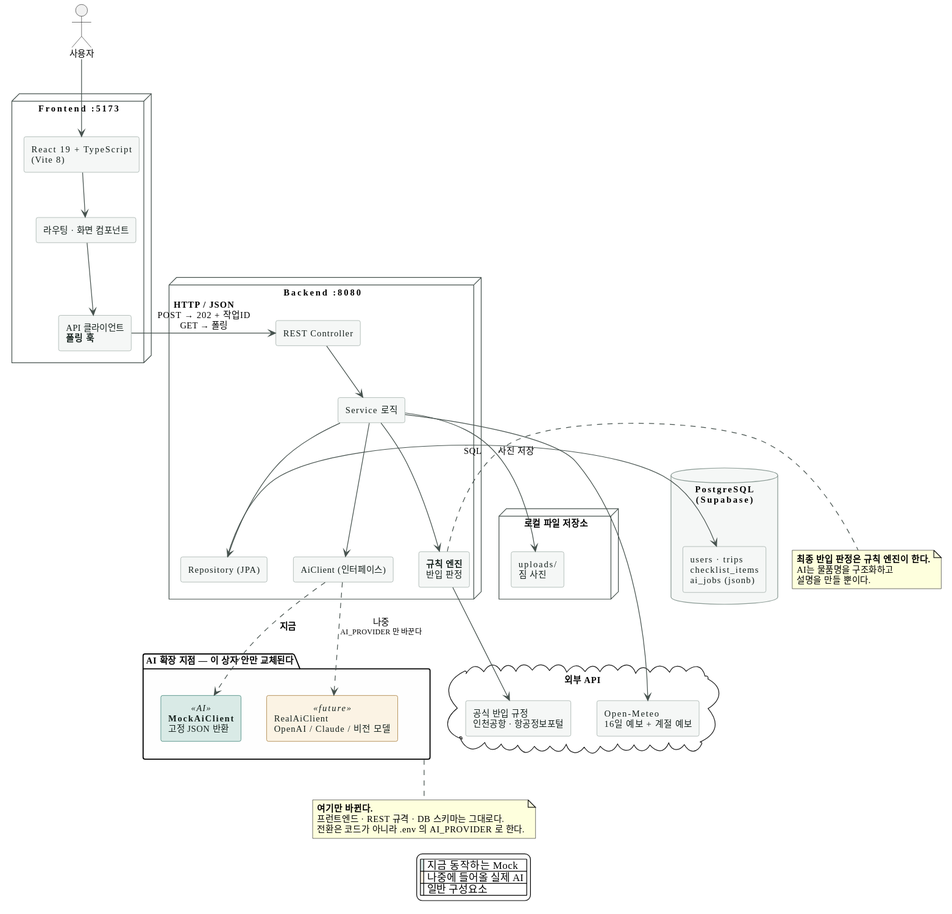
This is docs/images/04-architecture.svg from SangMyeong5426/skala-mini-ai-web-service, a PlantUML export, as it was before one commit.
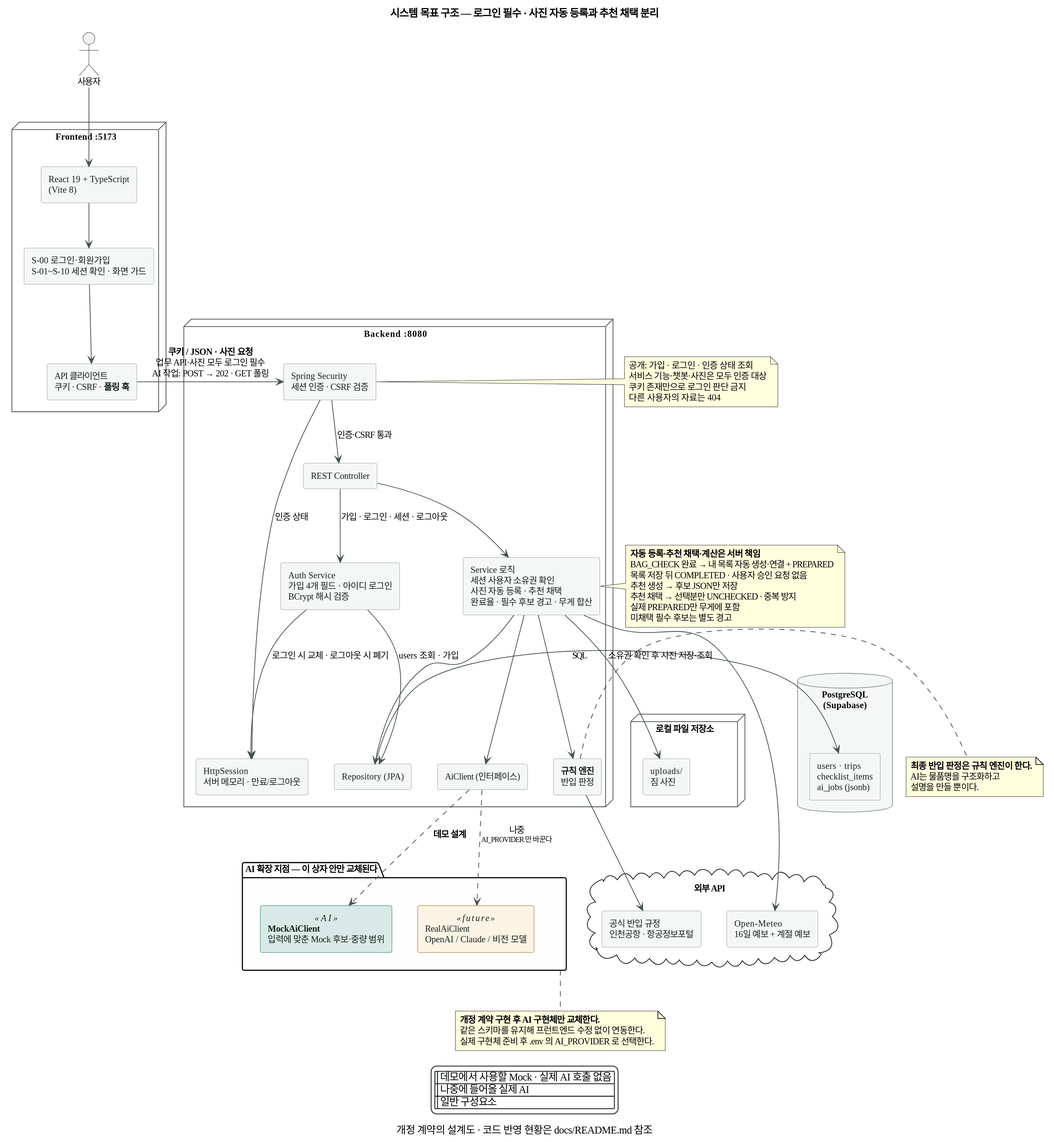
After the commit.

What changed in the source:
```diff
@@ -1,11 +1,14 @@
 @startuml
 
 skinparam backgroundColor #FFFFFF
+skinparam dpi 160
 skinparam shadowing false
 skinparam defaultFontName "Apple SD Gothic Neo"
 skinparam defaultFontSize 12
 skinparam ArrowColor #46524E
 skinparam componentStyle rectangle
+title 시스템 목표 구조 — 로그인 필수 · 사진 자동 등록과 추천 채택 분리
+caption 개정 계약의 설계도 · 코드 반영 현황은 docs/README.md 참조
 
 skinparam component {
   BackgroundColor #F5F7F6
@@ -29,20 +32,23 @@
 
 node "Frontend  :5173" as FE {
   component "React 19 + TypeScript\n(Vite 8)" as FEAPP
-  component "라우팅 · 화면 컴포넌트" as FEUI
-  component "API 클라이언트\n**폴링 훅**" as FEAPI
+  component "S-00 로그인·회원가입\nS-01~S-10 세션 확인 · 화면 가드" as FEUI
+  component "API 클라이언트\n쿠키 · CSRF · **폴링 훅**" as FEAPI
 }
 
 node "Backend  :8080" as BE {
+  component "Spring Security\n세션 인증 · CSRF 검증" as SECURITY
+  component "HttpSession\n서버 메모리 · 만료/로그아웃" as SESSION
   component "REST Controller" as CTRL
-  component "Service 로직" as SVC
+  component "Auth Service\n가입 4개 필드 · 아이디 로그인\nBCrypt 해시 검증" as AUTH
+  component "Service 로직\n세션 사용자 소유권 확인\n사진 자동 등록 · 추천 채택\n완료율 · 필수 후보 경고 · 무게 합산" as SVC
   component "Repository (JPA)" as REPO
   component "**규칙 엔진**\n반입 판정" as RULE
   component "AiClient (인터페이스)" as IFACE
 }
 
 package "AI 확장 지점 — 이 상자 안만 교체된다" as AIBOX #FEFEFE {
-  component "**MockAiClient**\n고정 JSON 반환" as MOCK <<AI>>
+  component "**MockAiClient**\n입력에 맞춘 Mock 후보·중량 범위" as MOCK <<AI>>
   component "RealAiClient\nOpenAI / Claude / 비전 모델" as REAL <<future>>
 }
 
@@ -63,24 +69,46 @@
 FEAPP --> FEUI
 FEUI --> FEAPI
 
-FEAPI -right-> CTRL : **HTTP / JSON**\nPOST → 202 + 작업ID\nGET → 폴링
+FEAPI -right-> SECURITY : **쿠키 / JSON · 사진 요청**\n업무 API·사진 모두 로그인 필수\nAI 작업: POST → 202 · GET 폴링
+SECURITY --> CTRL : 인증·CSRF 통과
+SECURITY --> SESSION : 인증 상태
+CTRL --> AUTH : 가입 · 로그인 · 세션 · 로그아웃
+AUTH --> REPO : users 조회 · 가입
+AUTH --> SESSION : 로그인 시 교체 · 로그아웃 시 폐기
 CTRL --> SVC
 SVC --> REPO
 SVC --> RULE
 SVC --> IFACE
 REPO -right-> TABLES : SQL
-SVC --> UP : 사진 저장
+SVC --> UP : 소유권 확인 후 사진 저장·조회
 
-IFACE ..> MOCK : **지금**
+IFACE ..> MOCK : **데모 설계**
 IFACE ..> REAL : 나중\n<size:10>AI_PROVIDER 만 바꾼다</size>
 
 SVC --> WEATHER
 RULE --> RULES
 
 note bottom of AIBOX
-  **여기만 바뀐다.**
-  프런트엔드 · REST 규격 · DB 스키마는 그대로다.
-  전환은 코드가 아니라 .env 의 AI_PROVIDER 로 한다.
+  **개정 계약 구현 후 AI 구현체만 교체한다.**
+  같은 스키마를 유지해 프런트엔드 수정 없이 연동한다.
+  실제 구현체 준비 후 .env 의 AI_PROVIDER 로 선택한다.
+end note
+
+note left of SVC
+  **자동 등록·추천 채택·계산은 서버 책임**
+  BAG_CHECK 완료 → 내 목록 자동 생성·연결 + PREPARED
+  목록 저장 뒤 COMPLETED · 사용자 승인 요청 없음
+  추천 생성 → 후보 JSON만 저장
+  추천 채택 → 선택분만 UNCHECKED · 중복 방지
+  실제 PREPARED만 무게에 포함
+  미채택 필수 후보는 별도 경고
+end note
+
+note right of SECURITY
+  공개: 가입 · 로그인 · 인증 상태 조회
+  서비스 기능·챗봇·사진은 모두 인증 대상
+  쿠키 존재만으로 로그인 판단 금지
+  다른 사용자의 자료는 404
 end note
 
 note right of RULE
@@ -90,7 +118,7 @@
 end note
 
 legend bottom
-  |<#D9EAE6>| 지금 동작하는 Mock |
+  |<#D9EAE6>| 데모에서 사용할 Mock · 실제 AI 호출 없음 |
   |<#FBF3E4>| 나중에 들어올 실제 AI |
   |<#F5F7F6>| 일반 구성요소 |
 endlegend
```
